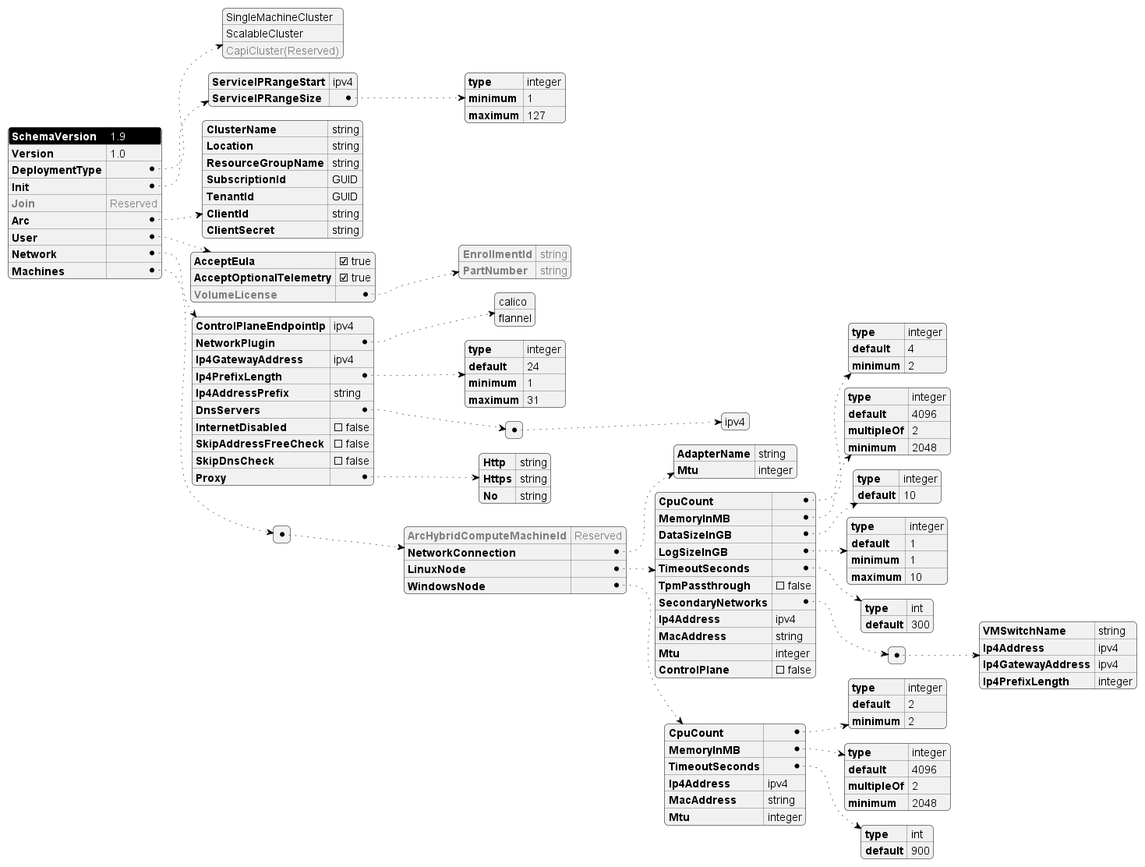
Earlier version of the PlantUML export tools/modules/AksEdgeDeploy/AksEdgeSchema.png (Azure/AKS-Edge).
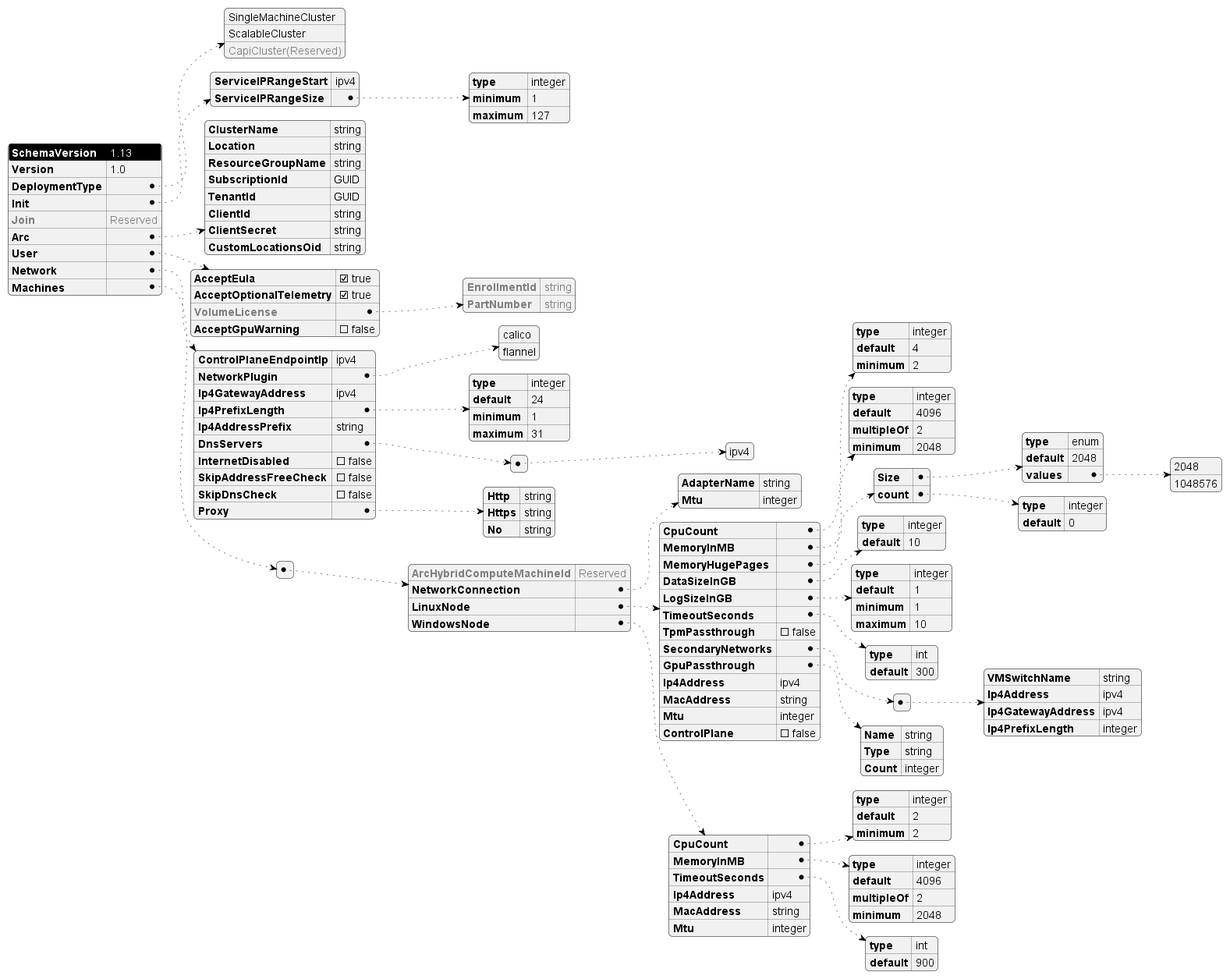
Above is the later version.

Commit message:
Update json schema version

The edit, as a diff of the source:
```diff
@@ -11,7 +11,7 @@
     }
     arrow {
         LineThickness 0.5
-        LineStyle 2;6
+        LineStyle 2,6
     }
     highlight {
         BackgroundColor black
@@ -21,7 +21,7 @@
 </style>
 #highlight "SchemaVersion"
 {
-    "SchemaVersion": "1.9",
+    "SchemaVersion": "1.13",
     "Version": "1.0",
     "DeploymentType": [
             "SingleMachineCluster",
@@ -44,7 +44,8 @@
         "SubscriptionId": "GUID",
         "TenantId": "GUID",
         "ClientId": "string",
-        "ClientSecret": "string"
+        "ClientSecret": "string",
+        "CustomLocationsOid": "string"
     },
     "User": {
         "AcceptEula": true,
@@ -52,7 +53,8 @@
         "<color:gray>VolumeLicense":{
             "<color:gray>EnrollmentId":"<color:gray>string",
             "<color:gray>PartNumber":"<color:gray>string"
-        }
+        },
+        "AcceptGpuWarning": false
     },
     "Network": {
         "ControlPlaneEndpointIp": "ipv4",
@@ -96,6 +98,17 @@
                 "multipleOf": 2,
                 "minimum": 2048
             },
+            "MemoryHugePages": {
+                "Size": {
+                    "type": "enum",
+                    "default": 2048,
+                    "values": [2048,1048576]
+                },
+                "count": {
+                    "type": "integer",
+                    "default": 0
+                }
+            },
             "DataSizeInGB": {
                 "type": "integer",
                 "default": 10
@@ -119,6 +132,11 @@
                     "Ip4PrefixLength": "integer"
                 }
             ],
+            "GpuPassthrough": {
+                "Name": "string",
+                "Type": "string",
+                "Count": "integer"
+            },
             "Ip4Address": "ipv4",
             "MacAddress": "string",
             "Mtu": "integer",
```
